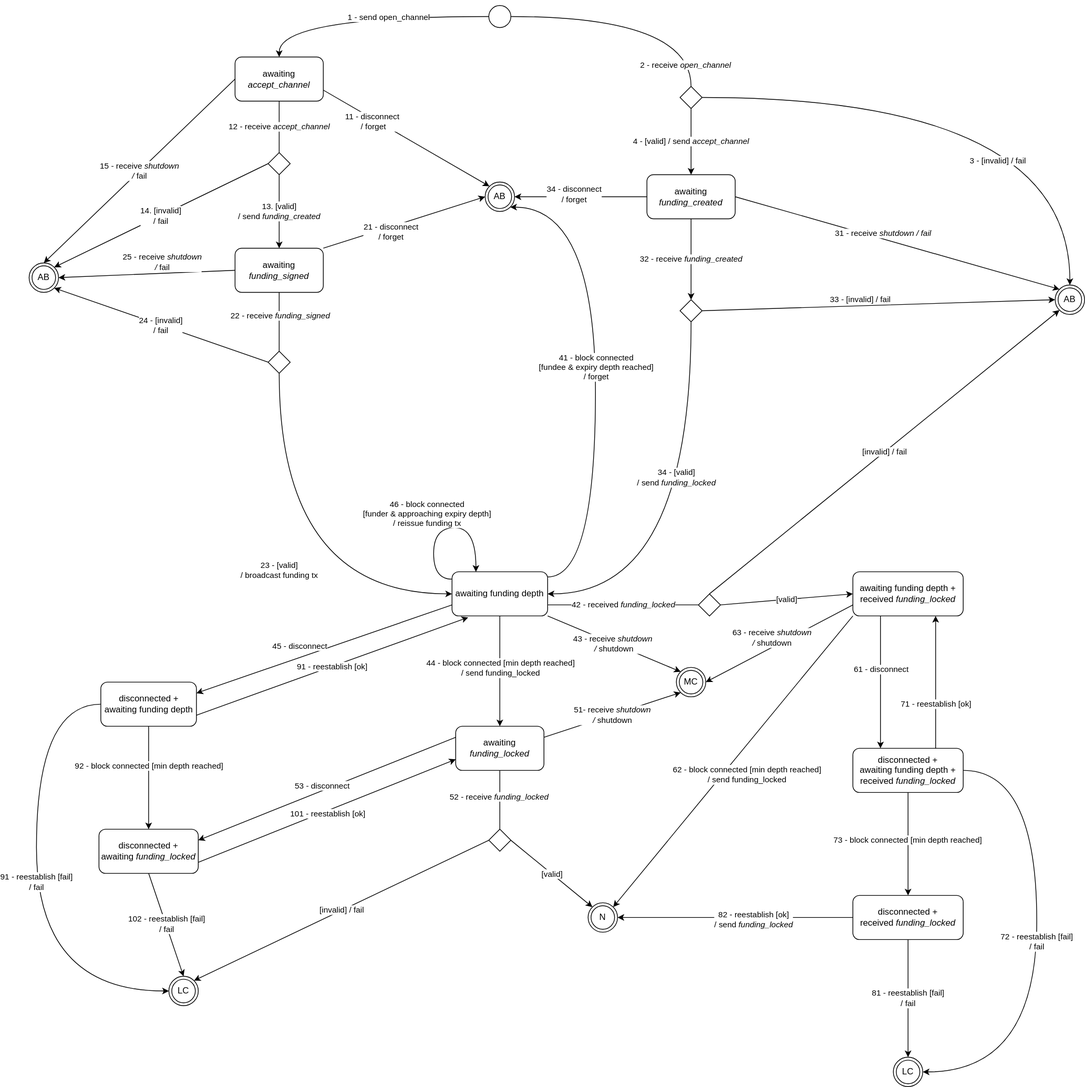
This is docs/OpenChannel.svg from node-lightning/node-lightning, a draw.io export, as it was before one commit. Source tidied: cells renumbered, new cells last; positions are measured from the earlier drawing's top-left corner, leaving out a move shared by most shapes.
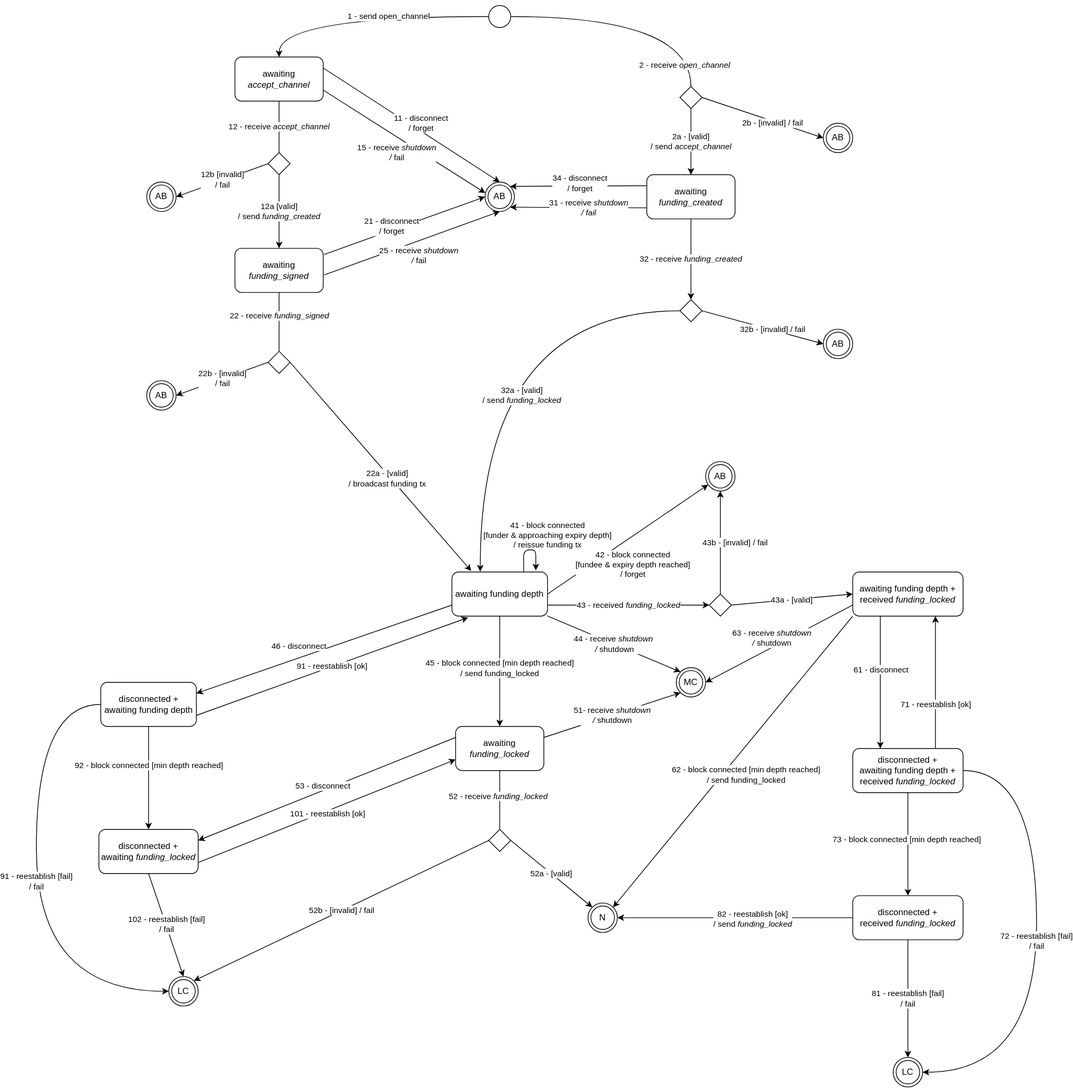
After the change.

Commit message:
docs: cleanup open channel graph

- Transition labels for conditionals now are numbered the same
- Reorganized common state transitions

Related to #231

Change to the diagram source:
```diff
@@ -12,15 +12,11 @@
     </mxCell>
-    <mxCell id="4" value="4 - [valid] / send&amp;nbsp;&lt;i&gt;accept_channel&lt;/i&gt;" style="jettySize=auto;html=1;exitX=0.5;exitY=1;exitDx=0;exitDy=0;entryX=0.5;entryY=0;entryDx=0;entryDy=0;startArrow=none;" parent="1" edge="1" source="81" target="37">
+    <mxCell id="4" value="2a - [valid] &lt;br&gt;/ send&amp;nbsp;&lt;i&gt;accept_channel&lt;/i&gt;" style="jettySize=auto;html=1;exitX=0.5;exitY=1;exitDx=0;exitDy=0;entryX=0.5;entryY=0;entryDx=0;entryDy=0;startArrow=none;" parent="1" edge="1" source="81" target="37">
       <mxGeometry relative="1" as="geometry" />
     </mxCell>
-    <mxCell id="5" style="edgeStyle=orthogonalEdgeStyle;curved=1;jettySize=auto;html=1;exitX=1;exitY=0.5;exitDx=0;exitDy=0;entryX=0.5;entryY=0;entryDx=0;entryDy=0;" parent="1" edge="1" source="81" target="41">
-      <mxGeometry relative="1" as="geometry">
-        <Array as="points">
-          <mxPoint x="1415" y="125" />
-        </Array>
-      </mxGeometry>
+    <mxCell id="5" style="jettySize=auto;html=1;exitX=1;exitY=0.5;exitDx=0;exitDy=0;entryX=0;entryY=0.5;entryDx=0;entryDy=0;" parent="1" edge="1" source="81" target="41">
+      <mxGeometry relative="1" as="geometry" />
     </mxCell>
-    <mxCell id="6" value="3 - [invalid] / fail" style="edgeLabel;html=1;align=center;verticalAlign=middle;" parent="5" vertex="1">
+    <mxCell id="6" value="2b - [invalid] / fail" style="edgeLabel;html=1;align=center;verticalAlign=middle;" parent="5" vertex="1">
       <mxGeometry x="-0.06" y="-1" relative="1" as="geometry">
-        <mxPoint x="45" y="84" as="offset" />
+        <mxPoint x="18" y="8" as="offset" />
       </mxGeometry>
@@ -30,15 +26,15 @@
     </mxCell>
-    <mxCell id="8" value="14. [invalid]&lt;br&gt;/ fail" style="rounded=0;jettySize=auto;html=1;entryX=1;entryY=0;entryDx=0;entryDy=0;exitX=0;exitY=0.5;exitDx=0;exitDy=0;" parent="1" edge="1" source="76" target="39">
+    <mxCell id="8" value="12b [invalid]&lt;br&gt;/ fail" style="rounded=0;jettySize=auto;html=1;entryX=1;entryY=0.5;entryDx=0;entryDy=0;exitX=0;exitY=0.5;exitDx=0;exitDy=0;" parent="1" edge="1" source="76" target="39">
       <mxGeometry relative="1" as="geometry" />
     </mxCell>
-    <mxCell id="9" style="rounded=0;jettySize=auto;html=1;exitX=1;exitY=0.75;exitDx=0;exitDy=0;entryX=0;entryY=0;entryDx=0;entryDy=0;" parent="1" edge="1" source="12" target="40">
+    <mxCell id="9" style="rounded=0;jettySize=auto;html=1;exitX=1;exitY=0.25;exitDx=0;exitDy=0;entryX=0.5;entryY=0;entryDx=0;entryDy=0;" parent="1" edge="1" source="12" target="40">
       <mxGeometry relative="1" as="geometry" />
     </mxCell>
-    <mxCell id="10" value="11 - disconnect&amp;nbsp;&lt;br&gt;/ forget" style="edgeLabel;html=1;align=center;verticalAlign=middle;" parent="9" vertex="1">
+    <mxCell id="10" value="11 - disconnect &lt;br&gt;/ forget" style="edgeLabel;html=1;align=center;verticalAlign=middle;" parent="9" vertex="1">
       <mxGeometry x="-0.71" y="-13" relative="1" as="geometry">
-        <mxPoint x="41" y="12" as="offset" />
+        <mxPoint x="105" y="41" as="offset" />
       </mxGeometry>
     </mxCell>
-    <mxCell id="11" value="15 - receive &lt;i&gt;shutdown&lt;br&gt;/ &lt;/i&gt;fail" style="rounded=0;jettySize=auto;html=1;exitX=0;exitY=0.5;exitDx=0;exitDy=0;entryX=0.5;entryY=0;entryDx=0;entryDy=0;" parent="1" edge="1" source="12" target="39">
-      <mxGeometry relative="1" as="geometry" />
+    <mxCell id="11" value="15 - receive &lt;i&gt;shutdown&lt;br&gt;/ &lt;/i&gt;fail" style="rounded=0;jettySize=auto;html=1;exitX=1;exitY=0.75;exitDx=0;exitDy=0;entryX=0.01;entryY=0.373;entryDx=0;entryDy=0;entryPerimeter=0;" parent="1" edge="1" source="12" target="40">
+      <mxGeometry y="-18" relative="1" as="geometry" />
     </mxCell>
@@ -47,9 +43,9 @@
     </mxCell>
-    <mxCell id="13" value="13. [valid]&lt;br&gt;/ send&amp;nbsp;&lt;i&gt;funding_created&lt;/i&gt;" style="edgeStyle=orthogonalEdgeStyle;rounded=0;jettySize=auto;html=1;exitX=0.5;exitY=1;exitDx=0;exitDy=0;curved=1;startArrow=none;" parent="1" edge="1" source="76" target="18">
+    <mxCell id="13" value="12a [valid]&lt;br&gt;/ send&amp;nbsp;&lt;i&gt;funding_created&lt;/i&gt;" style="edgeStyle=orthogonalEdgeStyle;rounded=0;jettySize=auto;html=1;exitX=0.5;exitY=1;exitDx=0;exitDy=0;curved=1;startArrow=none;" parent="1" edge="1" source="76" target="18">
       <mxGeometry relative="1" as="geometry" />
     </mxCell>
-    <mxCell id="14" value="24 - [invalid]&lt;br&gt;/ fail" style="rounded=0;jettySize=auto;html=1;exitX=0;exitY=0.5;exitDx=0;exitDy=0;entryX=1;entryY=1;entryDx=0;entryDy=0;" parent="1" edge="1" source="78" target="39">
+    <mxCell id="14" value="22b - [invalid]&lt;br&gt;/ fail" style="rounded=0;jettySize=auto;html=1;exitX=0;exitY=0.5;exitDx=0;exitDy=0;entryX=1;entryY=0.5;entryDx=0;entryDy=0;" parent="1" edge="1" source="78" target="95">
       <mxGeometry relative="1" as="geometry" />
     </mxCell>
-    <mxCell id="15" style="jettySize=auto;html=1;exitX=1;exitY=0;exitDx=0;exitDy=0;entryX=0;entryY=0.5;entryDx=0;entryDy=0;" parent="1" edge="1" source="18" target="40">
+    <mxCell id="15" style="jettySize=auto;html=1;exitX=1.011;exitY=0.14;exitDx=0;exitDy=0;entryX=0;entryY=0.5;entryDx=0;entryDy=0;exitPerimeter=0;" parent="1" edge="1" source="18" target="40">
       <mxGeometry relative="1" as="geometry" />
@@ -58,9 +54,7 @@
       <mxGeometry x="-0.29" y="5" relative="1" as="geometry">
-        <mxPoint x="15" y="7" as="offset" />
+        <mxPoint x="15" y="-6" as="offset" />
       </mxGeometry>
     </mxCell>
-    <mxCell id="17" value="25 - receive &lt;i&gt;shutdown &lt;br&gt;/ &lt;/i&gt;fail" style="edgeStyle=none;rounded=0;jettySize=auto;html=1;exitX=0;exitY=0.5;exitDx=0;exitDy=0;" parent="1" edge="1" source="18">
-      <mxGeometry x="-0.18" y="-15" relative="1" as="geometry">
-        <mxPoint x="40" y="370" as="targetPoint" />
-      </mxGeometry>
+    <mxCell id="17" value="25 - receive &lt;i&gt;shutdown &lt;br&gt;/ &lt;/i&gt;fail" style="edgeStyle=none;rounded=0;jettySize=auto;html=1;exitX=1.011;exitY=0.604;exitDx=0;exitDy=0;exitPerimeter=0;entryX=0.5;entryY=1;entryDx=0;entryDy=0;" parent="1" edge="1" source="18" target="40">
+      <mxGeometry x="0.02" y="-19" relative="1" as="geometry" />
     </mxCell>
@@ -69,8 +63,4 @@
     </mxCell>
-    <mxCell id="19" value="23 - [valid]&lt;br&gt;/ broadcast funding tx" style="jettySize=auto;html=1;exitX=0.5;exitY=1;exitDx=0;exitDy=0;entryX=0;entryY=0.5;entryDx=0;entryDy=0;edgeStyle=orthogonalEdgeStyle;curved=1;" parent="1" edge="1" source="78" target="28">
-      <mxGeometry relative="1" as="geometry">
-        <Array as="points">
-          <mxPoint x="340" y="800" />
-        </Array>
-      </mxGeometry>
+    <mxCell id="19" value="22a - [valid]&lt;br&gt;/ broadcast funding tx" style="jettySize=auto;html=1;exitX=1;exitY=0.5;exitDx=0;exitDy=0;entryX=0.202;entryY=-0.022;entryDx=0;entryDy=0;entryPerimeter=0;" parent="1" edge="1" source="78" target="28">
+      <mxGeometry x="0.09" y="-4" relative="1" as="geometry" />
     </mxCell>
@@ -79,3 +69,3 @@
     </mxCell>
-    <mxCell id="21" value="44 - block connected [min depth reached]&lt;br&gt;/ send funding_locked" style="edgeLabel;html=1;align=center;verticalAlign=middle;" parent="20" vertex="1">
+    <mxCell id="21" value="45 - block connected [min depth reached]&lt;br&gt;/ send funding_locked" style="edgeLabel;html=1;align=center;verticalAlign=middle;" parent="20" vertex="1">
       <mxGeometry x="-0.25" y="-2" relative="1" as="geometry">
@@ -87,3 +77,3 @@
     </mxCell>
-    <mxCell id="23" value="45 - disconnect" style="edgeLabel;html=1;align=center;verticalAlign=middle;" parent="22" vertex="1">
+    <mxCell id="23" value="46 - disconnect" style="edgeLabel;html=1;align=center;verticalAlign=middle;" parent="22" vertex="1">
       <mxGeometry x="0.17" y="-3" relative="1" as="geometry">
@@ -92,19 +82,14 @@
     </mxCell>
-    <mxCell id="24" style="edgeStyle=orthogonalEdgeStyle;jettySize=auto;html=1;exitX=1;exitY=0.117;exitDx=0;exitDy=0;entryX=1;entryY=1;entryDx=0;entryDy=0;elbow=vertical;exitPerimeter=0;curved=1;" parent="1" edge="1" source="28" target="40">
-      <mxGeometry relative="1" as="geometry">
-        <Array as="points">
-          <mxPoint x="770" y="777" />
-          <mxPoint x="770" y="274" />
-        </Array>
-      </mxGeometry>
+    <mxCell id="24" style="jettySize=auto;html=1;exitX=1;exitY=0.5;exitDx=0;exitDy=0;elbow=vertical;" parent="1" edge="1" source="28" target="94">
+      <mxGeometry relative="1" as="geometry" />
     </mxCell>
-    <mxCell id="25" value="41 - block connected &lt;br&gt;[fundee &amp;amp; expiry depth reached]&lt;br&gt;/ forget" style="edgeLabel;html=1;align=center;verticalAlign=middle;" parent="24" vertex="1">
+    <mxCell id="25" value="42 - block connected &lt;br&gt;[fundee &amp;amp; expiry depth reached]&lt;br&gt;/ forget" style="edgeLabel;html=1;align=center;verticalAlign=middle;" parent="24" vertex="1">
       <mxGeometry x="-0.05" y="-2" relative="1" as="geometry">
-        <mxPoint x="-2" y="-26" as="offset" />
+        <mxPoint x="10" y="29" as="offset" />
       </mxGeometry>
     </mxCell>
-    <mxCell id="26" value="[valid]" style="edgeStyle=none;jettySize=auto;html=1;exitX=1;exitY=0.5;exitDx=0;exitDy=0;entryX=0;entryY=0.5;entryDx=0;entryDy=0;elbow=vertical;startArrow=none;" parent="1" edge="1" source="89" target="62">
+    <mxCell id="26" value="43a - [valid]" style="edgeStyle=none;jettySize=auto;html=1;exitX=1;exitY=0.5;exitDx=0;exitDy=0;entryX=0;entryY=0.5;entryDx=0;entryDy=0;elbow=vertical;startArrow=none;" parent="1" edge="1" source="89" target="62">
       <mxGeometry relative="1" as="geometry" />
     </mxCell>
-    <mxCell id="27" value="43 - receive &lt;i&gt;shutdown&amp;nbsp;&lt;br&gt;/ &lt;/i&gt;shutdown" style="edgeStyle=none;rounded=0;jettySize=auto;html=1;exitX=1;exitY=1;exitDx=0;exitDy=0;entryX=0;entryY=0;entryDx=0;entryDy=0;" parent="1" edge="1" source="28" target="75">
+    <mxCell id="27" value="44 - receive &lt;i&gt;shutdown&amp;nbsp;&lt;br&gt;/ &lt;/i&gt;shutdown" style="edgeStyle=none;rounded=0;jettySize=auto;html=1;exitX=1;exitY=1;exitDx=0;exitDy=0;entryX=0;entryY=0;entryDx=0;entryDy=0;" parent="1" edge="1" source="28" target="75">
       <mxGeometry relative="1" as="geometry" />
@@ -114,11 +99,11 @@
     </mxCell>
-    <mxCell id="29" style="jettySize=auto;html=1;entryX=0;entryY=0.5;entryDx=0;entryDy=0;elbow=vertical;exitX=1;exitY=0.5;exitDx=0;exitDy=0;" parent="1" edge="1" source="93" target="41">
+    <mxCell id="29" style="jettySize=auto;html=1;elbow=vertical;exitX=1;exitY=0.5;exitDx=0;exitDy=0;entryX=0;entryY=0.5;entryDx=0;entryDy=0;" parent="1" edge="1" source="93" target="96">
       <mxGeometry relative="1" as="geometry" />
     </mxCell>
-    <mxCell id="30" value="33 - [invalid] / fail" style="edgeLabel;html=1;align=center;verticalAlign=middle;" parent="29" vertex="1">
+    <mxCell id="30" value="32b - [invalid] / fail" style="edgeLabel;html=1;align=center;verticalAlign=middle;" parent="29" vertex="1">
       <mxGeometry x="-0.59" y="-20" relative="1" as="geometry">
-        <mxPoint x="115" y="-32" as="offset" />
+        <mxPoint x="66" y="-4" as="offset" />
       </mxGeometry>
     </mxCell>
-    <mxCell id="31" style="jettySize=auto;html=1;exitX=0;exitY=0.5;exitDx=0;exitDy=0;entryX=1;entryY=0.5;entryDx=0;entryDy=0;elbow=vertical;" parent="1" edge="1" source="37" target="40">
+    <mxCell id="31" style="jettySize=auto;html=1;exitX=0;exitY=0.25;exitDx=0;exitDy=0;entryX=1;entryY=0;entryDx=0;entryDy=0;elbow=vertical;" parent="1" edge="1" source="37" target="40">
       <mxGeometry relative="1" as="geometry" />
@@ -126,18 +111,15 @@
     <mxCell id="32" value="34 - disconnect&lt;br&gt;/ forget" style="edgeLabel;html=1;align=center;verticalAlign=middle;" parent="31" vertex="1">
-      <mxGeometry x="0.11" y="-4" relative="1" as="geometry" />
+      <mxGeometry x="0.11" y="-4" relative="1" as="geometry">
+        <mxPoint x="12" as="offset" />
+      </mxGeometry>
     </mxCell>
-    <mxCell id="33" value="34 - [valid]&lt;br&gt;/ send&amp;nbsp;&lt;i&gt;funding_locked&lt;/i&gt;" style="edgeStyle=orthogonalEdgeStyle;curved=1;jettySize=auto;html=1;entryX=1;entryY=0.5;entryDx=0;entryDy=0;elbow=vertical;" parent="1" edge="1" target="28">
-      <mxGeometry x="-0.25" y="-20" relative="1" as="geometry">
-        <mxPoint x="900" y="430" as="sourcePoint" />
-        <Array as="points">
-          <mxPoint x="900" y="800" />
-        </Array>
-      </mxGeometry>
+    <mxCell id="33" value="32a - [valid]&lt;br&gt;/ send&amp;nbsp;&lt;i&gt;funding_locked&lt;/i&gt;" style="jettySize=auto;html=1;entryX=0.296;entryY=-0.008;entryDx=0;entryDy=0;elbow=vertical;entryPerimeter=0;edgeStyle=orthogonalEdgeStyle;curved=1;exitX=0;exitY=0.5;exitDx=0;exitDy=0;" parent="1" edge="1" source="93" target="28">
+      <mxGeometry x="0.23" y="56" relative="1" as="geometry" />
     </mxCell>
-    <mxCell id="34" style="rounded=0;jettySize=auto;html=1;exitX=1;exitY=0.5;exitDx=0;exitDy=0;entryX=0;entryY=0;entryDx=0;entryDy=0;" parent="1" edge="1" source="37" target="41">
+    <mxCell id="34" style="rounded=0;jettySize=auto;html=1;exitX=0;exitY=0.75;exitDx=0;exitDy=0;entryX=1;entryY=1;entryDx=0;entryDy=0;" parent="1" edge="1" source="37" target="40">
       <mxGeometry relative="1" as="geometry" />
     </mxCell>
-    <mxCell id="35" value="31 - receive &lt;i&gt;shutdown / fail&lt;br&gt;&lt;/i&gt;" style="edgeLabel;html=1;align=center;verticalAlign=middle;" parent="34" vertex="1">
+    <mxCell id="35" value="31 - receive &lt;i&gt;shutdown &lt;br&gt;/ fail&lt;br&gt;&lt;/i&gt;" style="edgeLabel;html=1;align=center;verticalAlign=middle;" parent="34" vertex="1">
       <mxGeometry x="-0.12" y="3" relative="1" as="geometry">
-        <mxPoint x="5" y="-3" as="offset" />
+        <mxPoint x="2" y="-3" as="offset" />
       </mxGeometry>
@@ -154,3 +136,3 @@
     <mxCell id="39" value="AB" style="ellipse;shape=doubleEllipse;whiteSpace=wrap;html=1;" parent="1" vertex="1">
-      <mxGeometry y="350" width="40" height="40" as="geometry" />
+      <mxGeometry x="160" y="240" width="40" height="40" as="geometry" />
     </mxCell>
@@ -160,3 +142,3 @@
     <mxCell id="41" value="AB" style="ellipse;shape=doubleEllipse;whiteSpace=wrap;html=1;" parent="1" vertex="1">
-      <mxGeometry x="1395" y="380" width="40" height="40" as="geometry" />
+      <mxGeometry x="1080" y="160" width="40" height="40" as="geometry" />
     </mxCell>
@@ -170,3 +152,3 @@
     </mxCell>
-    <mxCell id="44" value="[valid]" style="edgeStyle=none;jettySize=auto;html=1;exitX=1;exitY=0.5;exitDx=0;exitDy=0;entryX=0;entryY=0;entryDx=0;entryDy=0;elbow=vertical;startArrow=none;" parent="1" edge="1" source="84" target="53">
+    <mxCell id="44" value="52a - [valid]" style="edgeStyle=none;jettySize=auto;html=1;exitX=1;exitY=0.5;exitDx=0;exitDy=0;entryX=0;entryY=0;entryDx=0;entryDy=0;elbow=vertical;startArrow=none;" parent="1" edge="1" source="84" target="53">
       <mxGeometry relative="1" as="geometry" />
@@ -176,3 +158,3 @@
     </mxCell>
-    <mxCell id="46" value="[invalid] / fail" style="edgeStyle=none;rounded=0;jettySize=auto;html=1;exitX=0;exitY=0.5;exitDx=0;exitDy=0;entryX=1;entryY=0;entryDx=0;entryDy=0;" parent="1" edge="1" source="84" target="87">
+    <mxCell id="46" value="52b - [invalid] / fail" style="edgeStyle=none;rounded=0;jettySize=auto;html=1;exitX=0;exitY=0.5;exitDx=0;exitDy=0;entryX=1;entryY=0;entryDx=0;entryDy=0;" parent="1" edge="1" source="84" target="87">
       <mxGeometry relative="1" as="geometry" />
@@ -253,8 +235,7 @@
     </mxCell>
-    <mxCell id="68" style="edgeStyle=orthogonalEdgeStyle;orthogonalLoop=1;jettySize=auto;html=1;entryX=0.25;entryY=0;entryDx=0;entryDy=0;elbow=vertical;curved=1;" parent="1" edge="1" source="28" target="28">
+    <mxCell id="68" style="orthogonalLoop=1;jettySize=auto;html=1;entryX=0.878;entryY=-0.034;entryDx=0;entryDy=0;elbow=vertical;exitX=0.75;exitY=0;exitDx=0;exitDy=0;entryPerimeter=0;edgeStyle=orthogonalEdgeStyle;" parent="1" edge="1" source="28" target="28">
       <mxGeometry relative="1" as="geometry">
         <Array as="points">
-          <mxPoint x="550" y="780" />
-          <mxPoint x="550" y="710" />
-          <mxPoint x="608" y="710" />
+          <mxPoint x="672" y="740" />
+          <mxPoint x="689" y="740" />
         </Array>
@@ -262,5 +243,5 @@
     </mxCell>
-    <mxCell id="69" value="46 - block connected &lt;br&gt;[funder &amp;amp; approaching expiry depth]&lt;br&gt;/ reissue funding tx" style="edgeLabel;html=1;align=center;verticalAlign=middle;" parent="68" vertex="1">
+    <mxCell id="69" value="41 - block connected &lt;br&gt;[funder &amp;amp; approaching expiry depth]&lt;br&gt;/ reissue funding tx" style="edgeLabel;html=1;align=center;verticalAlign=middle;" parent="68" vertex="1">
       <mxGeometry x="-0.01" y="-4" relative="1" as="geometry">
-        <mxPoint x="-20" y="-24" as="offset" />
+        <mxPoint x="26" y="-24" as="offset" />
       </mxGeometry>
@@ -330,9 +311,9 @@
     </mxCell>
-    <mxCell id="88" value="[invalid] / fail" style="edgeStyle=none;rounded=0;jettySize=auto;html=1;exitX=0.5;exitY=0;exitDx=0;exitDy=0;entryX=0;entryY=1;entryDx=0;entryDy=0;" parent="1" edge="1" source="89" target="41">
-      <mxGeometry relative="1" as="geometry" />
+    <mxCell id="88" value="43b - [invalid] / fail" style="edgeStyle=none;rounded=0;jettySize=auto;html=1;exitX=0.5;exitY=0;exitDx=0;exitDy=0;entryX=0.5;entryY=1;entryDx=0;entryDy=0;" parent="1" edge="1" source="89" target="94">
+      <mxGeometry y="-20" relative="1" as="geometry" />
     </mxCell>
     <mxCell id="89" style="rhombus;whiteSpace=wrap;html=1;" parent="1" vertex="1">
-      <mxGeometry x="910" y="800" width="30" height="30" as="geometry" />
+      <mxGeometry x="925" y="800" width="30" height="30" as="geometry" />
     </mxCell>
-    <mxCell id="90" value="42 - received&amp;nbsp;&lt;i&gt;funding_locked&lt;/i&gt;" style="edgeStyle=none;jettySize=auto;html=1;exitX=1;exitY=0.75;exitDx=0;exitDy=0;entryX=0;entryY=0.5;entryDx=0;entryDy=0;elbow=vertical;endArrow=none;" parent="1" edge="1" source="28" target="89">
+    <mxCell id="90" value="43 - received&amp;nbsp;&lt;i&gt;funding_locked&lt;/i&gt;" style="edgeStyle=none;jettySize=auto;html=1;exitX=1;exitY=0.75;exitDx=0;exitDy=0;entryX=0;entryY=0.5;entryDx=0;entryDy=0;elbow=vertical;endArrow=classic;endFill=1;" parent="1" edge="1" source="28" target="89">
       <mxGeometry relative="1" as="geometry" />
@@ -348,2 +329,11 @@
     </mxCell>
+    <mxCell id="94" value="AB" style="ellipse;shape=doubleEllipse;whiteSpace=wrap;html=1;" parent="1" vertex="1">
+      <mxGeometry x="920" y="620" width="40" height="40" as="geometry" />
+    </mxCell>
+    <mxCell id="95" value="AB" style="ellipse;shape=doubleEllipse;whiteSpace=wrap;html=1;" parent="1" vertex="1">
+      <mxGeometry x="160" y="510" width="40" height="40" as="geometry" />
+    </mxCell>
+    <mxCell id="96" value="AB" style="ellipse;shape=doubleEllipse;whiteSpace=wrap;html=1;" parent="1" vertex="1">
+      <mxGeometry x="1080" y="440" width="40" height="40" as="geometry" />
+    </mxCell>
   </root>
```
